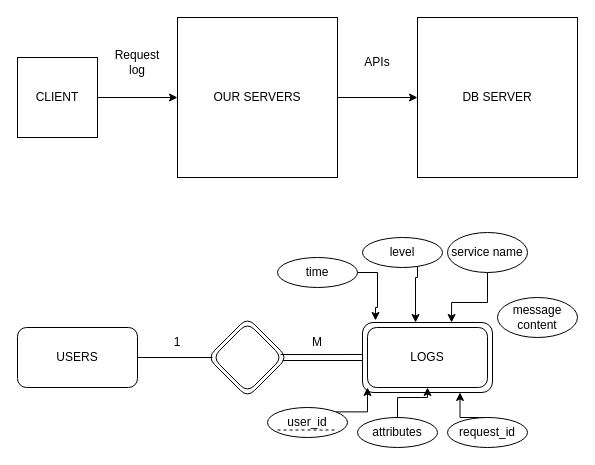
This is finalproject.drawio from raneemkhalil/FTS-finalproject, a draw.io file, before an edit. Source tidied: cells renumbered, new cells numbered last; positions are measured from the earlier drawing's top-left corner, leaving out a move shared by most shapes. Both pictures are drawn from the tidied source at 100%, with x=0, y=0 at pixel (17, 17).
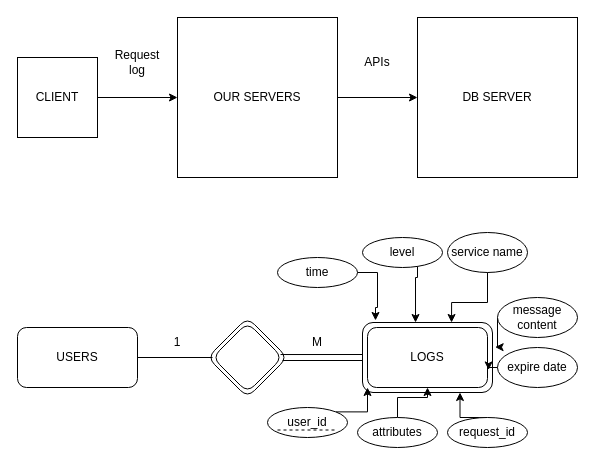
Above is the later version.

The change refers to these unchanged cells:
```xml
<mxCell id="2" style="rounded=1;whiteSpace=wrap;html=1;" parent="1" vertex="1">
  <mxGeometry x="345" y="305" width="130" height="70" as="geometry" />
</mxCell>
<mxCell id="21" value="message content" style="ellipse;whiteSpace=wrap;html=1;shapeInside=1;" parent="1" vertex="1">
  <mxGeometry x="480" y="280" width="80" height="40" as="geometry" />
</mxCell>
```

Diff of the diagram source:
```diff
@@
+    <mxCell id="33" style="edgeStyle=orthogonalEdgeStyle;rounded=0;jettySize=auto;html=1;entryX=1.02;entryY=0.351;entryDx=0;entryDy=0;entryPerimeter=0;" parent="1" edge="1" source="21" target="2">
+      <mxGeometry relative="1" as="geometry">
+        <Array as="points">
+          <mxPoint x="480" y="329.6" />
+        </Array>
+      </mxGeometry>
+    </mxCell>
@@
+    <mxCell id="34" value="expire date" style="ellipse;whiteSpace=wrap;html=1;shapeInside=1;" parent="1" vertex="1">
+      <mxGeometry x="480" y="330" width="80" height="40" as="geometry" />
+    </mxCell>
+    <mxCell id="35" style="edgeStyle=orthogonalEdgeStyle;rounded=0;orthogonalLoop=1;jettySize=auto;html=1;exitX=0;exitY=0.5;exitDx=0;exitDy=0;entryX=0;entryY=0.5;entryDx=0;entryDy=0;" parent="1" edge="1" source="34" target="34">
+      <mxGeometry relative="1" as="geometry" />
+    </mxCell>
+    <mxCell id="36" style="edgeStyle=orthogonalEdgeStyle;rounded=0;jettySize=auto;html=1;exitX=0;exitY=0.5;exitDx=0;exitDy=0;entryX=0.97;entryY=0.678;entryDx=0;entryDy=0;entryPerimeter=0;" parent="1" edge="1" source="34" target="2">
+      <mxGeometry relative="1" as="geometry" />
+    </mxCell>
```
